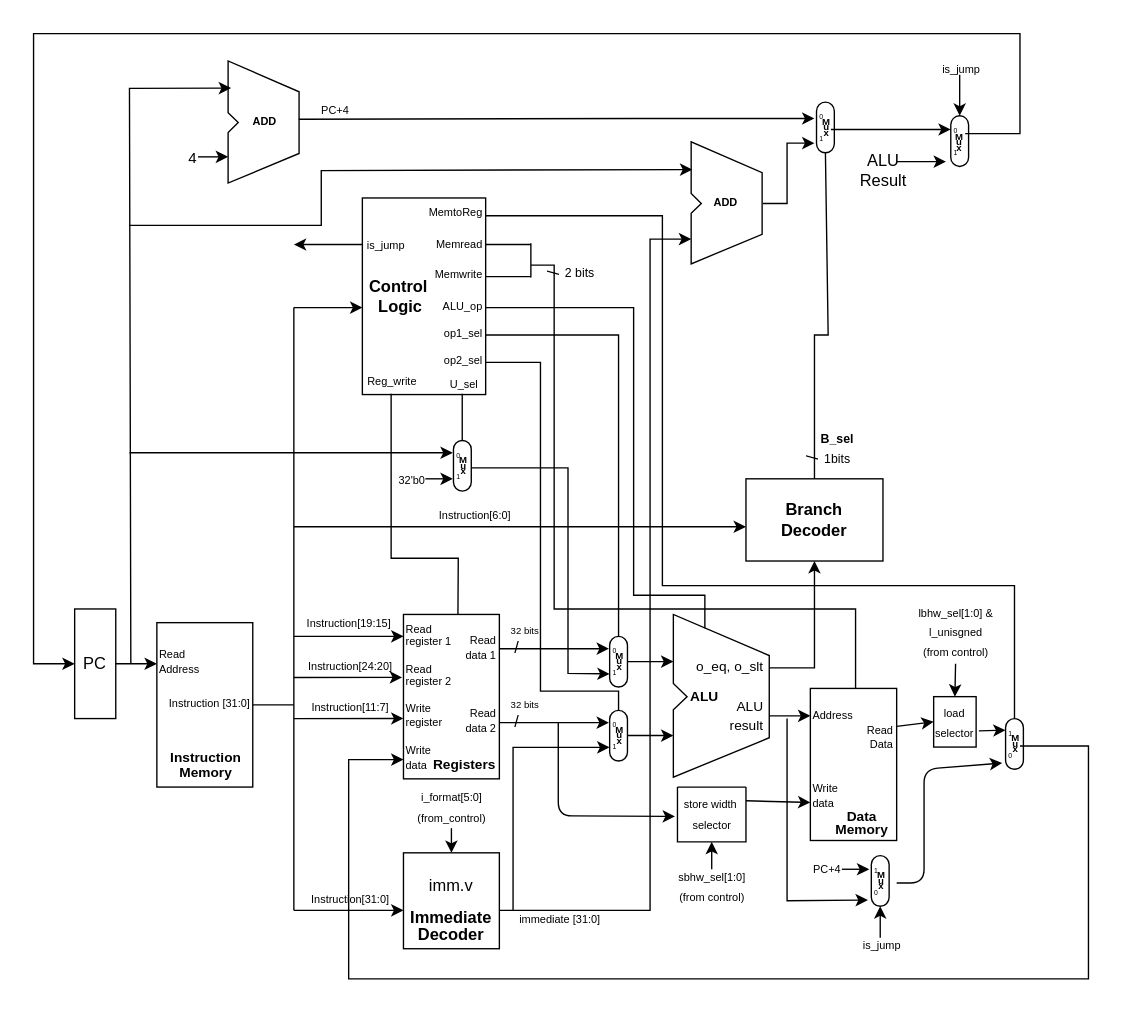
This is project3/RV32I_single_cycle.drawio from zeninchen/ece552_three_core, a draw.io file, before an edit. Source tidied: cells renumbered, new cells numbered last; positions are measured from the earlier drawing's top-left corner, leaving out a move shared by most shapes. Both pictures are drawn from the tidied source at 137%, with x=0, y=0 at pixel (33, 33).
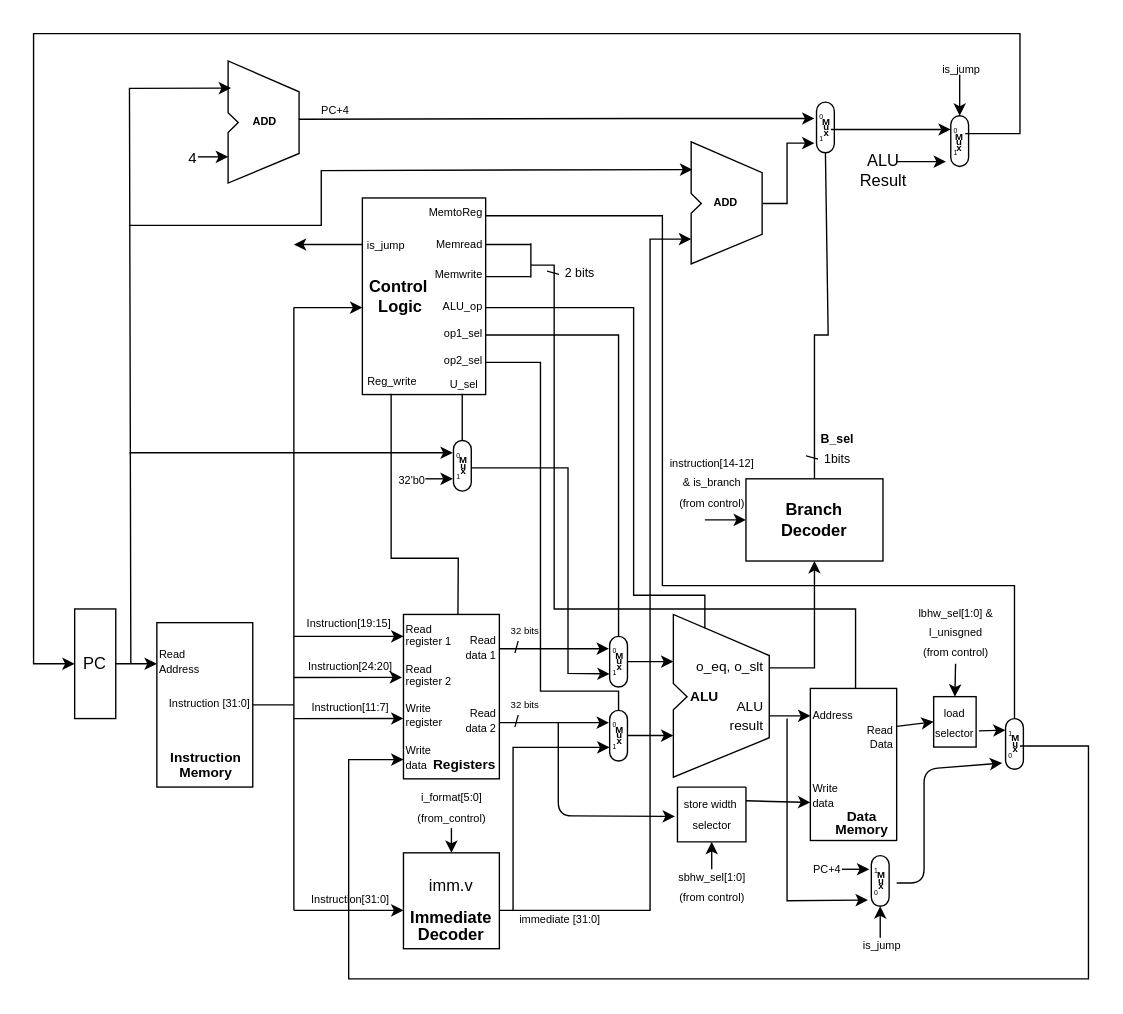
The same page after the edit.

The change refers to these unchanged cells:
```xml
<mxCell id="70" value="&lt;b&gt;Branch&lt;/b&gt;&lt;div&gt;&lt;b&gt;Decoder&lt;/b&gt;&lt;/div&gt;" style="rounded=0;whiteSpace=wrap;html=1;fillColor=none;" parent="1" vertex="1">
  <mxGeometry x="520" y="325" width="100" height="60" as="geometry" />
</mxCell>
```

Diff of the diagram source:
```diff
@@
-    <mxCell id="31" style="endArrow=classic;html=1;rounded=0;" parent="1" edge="1">
-      <mxGeometry relative="1" as="geometry">
-        <mxPoint x="190" y="360" as="sourcePoint" />
-        <mxPoint x="520" y="360" as="targetPoint" />
-      </mxGeometry>
-    </mxCell>
-    <mxCell id="32" value="&lt;font style=&quot;font-size: 8px;&quot;&gt;Instruction[6:0]&lt;/font&gt;" style="edgeLabel;html=1;align=center;verticalAlign=middle;labelBackgroundColor=none;" parent="31" vertex="1">
-      <mxGeometry x="-0.27" y="1" relative="1" as="geometry">
-        <mxPoint x="11" y="-9" as="offset" />
-      </mxGeometry>
-    </mxCell>
@@
+    <mxCell id="125" style="endArrow=classic;html=1;entryX=0;entryY=0.5;entryDx=0;entryDy=0;" parent="1" edge="1" target="70">
+      <mxGeometry relative="1" as="geometry">
+        <mxPoint x="490" y="355" as="sourcePoint" />
+      </mxGeometry>
+    </mxCell>
+    <mxCell id="126" value="&lt;div&gt;&lt;font style=&quot;font-size: 8px;&quot;&gt;instruction[14-12]&lt;/font&gt;&lt;/div&gt;&lt;font style=&quot;font-size: 8px;&quot;&gt;&amp;amp; is_branch&lt;/font&gt;&lt;div&gt;&lt;font style=&quot;font-size: 8px;&quot;&gt;(from control)&lt;/font&gt;&lt;/div&gt;" style="text;html=1;align=center;verticalAlign=middle;strokeColor=none;fillColor=none;" parent="1" vertex="1">
+      <mxGeometry x="455" y="297" width="80" height="60" as="geometry" />
+    </mxCell>
```
